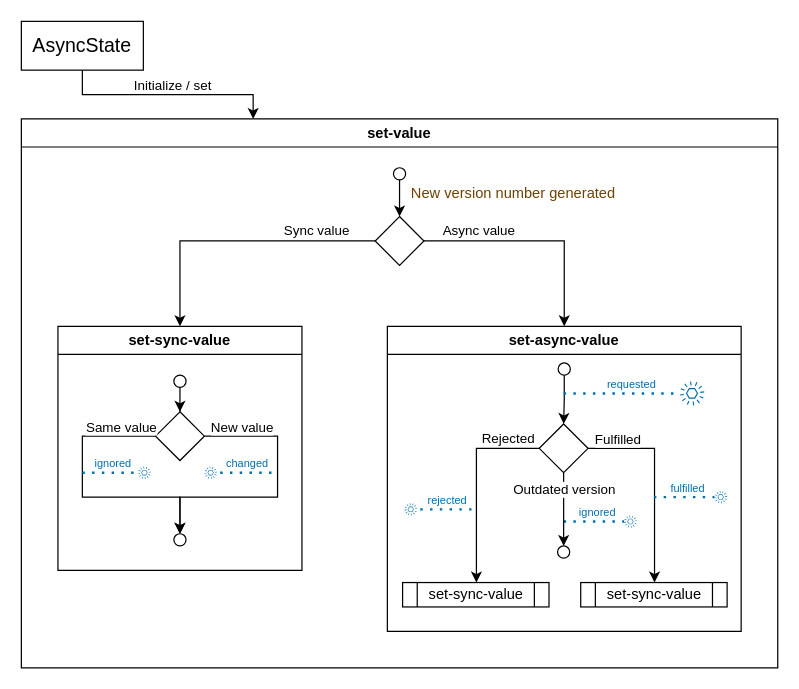
Before: diagrams/AsyncState.drawio in yuriyyakym/awai, a draw.io diagram. Source tidied: cells renumbered, new cells numbered last; positions are measured from the earlier drawing's top-left corner, leaving out a move shared by most shapes. Both pictures are drawn from the tidied source at 122%, with x=0, y=0 at pixel (21, 21).
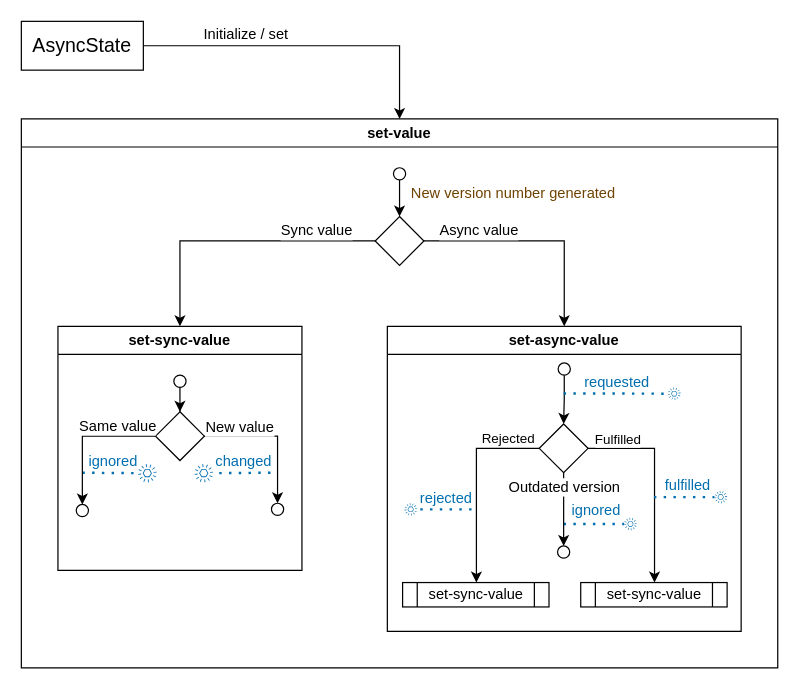
Above is the later version.

Commit message (it also covers changes not shown here):
Update AsyncState diagram

Unchanged cells that the change refers to:
```xml
<mxCell id="4" value="AsyncState" style="rounded=0;whiteSpace=wrap;html=1;fontSize=16;" parent="1" vertex="1">
  <mxGeometry width="100" height="40" as="geometry" />
</mxCell>
<mxCell id="5" value="set-value" style="swimlane;whiteSpace=wrap;html=1;" parent="1" vertex="1">
  <mxGeometry y="80" width="620" height="450" as="geometry" />
</mxCell>
<mxCell id="8" value="set-sync-value" style="swimlane;whiteSpace=wrap;html=1;" parent="5" vertex="1">
  <mxGeometry x="30" y="170" width="200" height="200" as="geometry" />
</mxCell>
<mxCell id="14" style="rhombus;whiteSpace=wrap;html=1;" parent="8" vertex="1">
  <mxGeometry x="80" y="70" width="40" height="40" as="geometry" />
</mxCell>
<mxCell id="17" style="group;flipH=1;" parent="8" vertex="1">
  <mxGeometry x="20" y="110" width="70" height="20" as="geometry" />
</mxCell>
<mxCell id="18" style="endArrow=none;dashed=1;html=1;dashPattern=1 3;strokeWidth=2;rounded=0;fillColor=#1ba1e2;strokeColor=#006EAF;" parent="17" edge="1" target="20">
  <mxGeometry relative="1" as="geometry">
    <mxPoint y="10" as="sourcePoint" />
  </mxGeometry>
</mxCell>
<mxCell id="21" style="edgeStyle=orthogonalEdgeStyle;rounded=0;jettySize=auto;html=1;" parent="5" edge="1" source="25" target="8">
  <mxGeometry relative="1" as="geometry" />
</mxCell>
<mxCell id="23" style="edgeStyle=orthogonalEdgeStyle;rounded=0;jettySize=auto;html=1;exitX=1;exitY=0.5;exitDx=0;exitDy=0;" parent="5" edge="1" source="25" target="26">
  <mxGeometry relative="1" as="geometry" />
</mxCell>
<mxCell id="26" value="set-async-value" style="swimlane;whiteSpace=wrap;html=1;" parent="5" vertex="1">
  <mxGeometry x="300" y="170" width="290" height="250" as="geometry" />
</mxCell>
<mxCell id="34" style="group;" parent="26" vertex="1">
  <mxGeometry x="144.5" y="45" width="115.3" height="20" as="geometry" />
</mxCell>
<mxCell id="39" style="endArrow=none;dashed=1;html=1;dashPattern=1 3;strokeWidth=2;rounded=0;fillColor=#1ba1e2;strokeColor=#006EAF;" parent="38" edge="1" target="41">
  <mxGeometry relative="1" as="geometry">
    <mxPoint y="10" as="sourcePoint" />
  </mxGeometry>
</mxCell>
<mxCell id="42" style="edgeStyle=orthogonalEdgeStyle;rounded=0;jettySize=auto;html=1;entryX=0.5;entryY=0;entryDx=0;entryDy=0;" parent="26" edge="1" source="33" target="44">
  <mxGeometry relative="1" as="geometry" />
</mxCell>
<mxCell id="46" style="endArrow=none;dashed=1;html=1;dashPattern=1 3;strokeWidth=2;rounded=0;fillColor=#1ba1e2;strokeColor=#006EAF;" parent="45" edge="1" target="48">
  <mxGeometry relative="1" as="geometry">
    <mxPoint y="10" as="sourcePoint" />
  </mxGeometry>
</mxCell>
<mxCell id="52" style="endArrow=none;dashed=1;html=1;dashPattern=1 3;strokeWidth=2;rounded=0;fillColor=#1ba1e2;strokeColor=#006EAF;" parent="51" edge="1" target="54">
  <mxGeometry relative="1" as="geometry">
    <mxPoint x="55" y="10" as="sourcePoint" />
  </mxGeometry>
</mxCell>
```

Change to the diagram source:
```diff
@@
-    <mxCell id="2" style="edgeStyle=orthogonalEdgeStyle;rounded=0;jettySize=auto;html=1;" parent="1" edge="1" source="4" target="5">
+    <mxCell id="2" style="edgeStyle=orthogonalEdgeStyle;rounded=0;jettySize=auto;html=1;entryX=0.5;entryY=0;entryDx=0;entryDy=0;" parent="1" edge="1" source="4" target="5">
       <mxGeometry relative="1" as="geometry">
         <Array as="points">
-          <mxPoint x="50" y="60" />
-          <mxPoint x="190" y="60" />
+          <mxPoint x="310" y="20" />
         </Array>
       </mxGeometry>
     </mxCell>
-    <mxCell id="3" value="Initialize / set" style="edgeLabel;html=1;align=center;verticalAlign=middle;" parent="2" vertex="1">
+    <mxCell id="3" value="Initialize / set" style="edgeLabel;html=1;align=center;verticalAlign=middle;fontSize=12;" parent="2" vertex="1">
       <mxGeometry x="-0.33" y="3" relative="1" as="geometry">
-        <mxPoint x="33" y="-5" as="offset" />
+        <mxPoint x="-7" y="-7" as="offset" />
       </mxGeometry>
     </mxCell>
@@
     <mxCell id="11" style="ellipse;whiteSpace=wrap;html=1;" parent="8" vertex="1">
-      <mxGeometry x="95" y="170" width="10" height="10" as="geometry" />
+      <mxGeometry x="175" y="145" width="10" height="10" as="geometry" />
     </mxCell>
-    <mxCell id="12" style="edgeStyle=orthogonalEdgeStyle;rounded=0;jettySize=auto;html=1;" parent="8" edge="1" source="14">
+    <mxCell id="12" style="edgeStyle=orthogonalEdgeStyle;rounded=0;jettySize=auto;html=1;" parent="8" edge="1" source="14" target="11">
       <mxGeometry relative="1" as="geometry">
-        <mxPoint x="100" y="170" as="targetPoint" />
         <Array as="points">
           <mxPoint x="180" y="90" />
-          <mxPoint x="180" y="140" />
-          <mxPoint x="100" y="140" />
         </Array>
       </mxGeometry>
     </mxCell>
-    <mxCell id="13" value="New value" style="edgeLabel;html=1;align=center;verticalAlign=middle;" parent="12" vertex="1">
+    <mxCell id="13" value="New value" style="edgeLabel;html=1;align=center;verticalAlign=middle;fontSize=12;" parent="12" vertex="1">
       <mxGeometry x="-0.81" y="1" relative="1" as="geometry">
-        <mxPoint x="9" y="-7" as="offset" />
+        <mxPoint x="17" y="-7" as="offset" />
       </mxGeometry>
     </mxCell>
@@
-    <mxCell id="15" style="edgeStyle=orthogonalEdgeStyle;rounded=0;jettySize=auto;html=1;exitX=0;exitY=0.5;exitDx=0;exitDy=0;" parent="8" edge="1" source="14">
-      <mxGeometry relative="1" as="geometry">
-        <mxPoint x="100" y="170" as="targetPoint" />
-        <Array as="points">
-          <mxPoint x="20" y="90" />
-          <mxPoint x="20" y="140" />
-          <mxPoint x="100" y="140" />
-        </Array>
-      </mxGeometry>
-    </mxCell>
-    <mxCell id="16" value="Same value" style="edgeLabel;html=1;align=center;verticalAlign=middle;" parent="15" vertex="1">
-      <mxGeometry x="-0.73" y="-1" relative="1" as="geometry">
-        <mxPoint x="1" y="-7" as="offset" />
-      </mxGeometry>
-    </mxCell>
@@
-    <mxCell id="19" value="ignored" style="edgeLabel;html=1;align=center;verticalAlign=middle;fontSize=9;fontColor=#006EAF;" parent="18" vertex="1">
+    <mxCell id="19" value="ignored" style="edgeLabel;html=1;align=center;verticalAlign=middle;fontSize=12;fontColor=#006EAF;" parent="18" vertex="1">
       <mxGeometry x="0.21" relative="1" as="geometry">
-        <mxPoint x="-4" y="-8" as="offset" />
+        <mxPoint x="-3" y="-10" as="offset" />
       </mxGeometry>
     </mxCell>
     <mxCell id="20" style="sketch=0;outlineConnect=0;fontColor=#ffffff;fillColor=#006EAF;strokeColor=#006EAF;dashed=0;verticalLabelPosition=bottom;verticalAlign=top;align=center;html=1;fontSize=12;fontStyle=0;shape=mxgraph.aws4.event;" parent="17" vertex="1">
-      <mxGeometry x="45.7" y="4.8" width="10.4" height="10.4" as="geometry" />
+      <mxGeometry x="45.7" y="2.8" width="15.2" height="15.2" as="geometry" />
     </mxCell>
+    <mxCell id="60" style="ellipse;whiteSpace=wrap;html=1;" parent="8" vertex="1">
+      <mxGeometry x="15" y="146" width="10" height="10" as="geometry" />
+    </mxCell>
+    <mxCell id="15" style="edgeStyle=orthogonalEdgeStyle;rounded=0;jettySize=auto;html=1;exitX=0;exitY=0.5;exitDx=0;exitDy=0;" parent="8" edge="1" source="14" target="60">
+      <mxGeometry relative="1" as="geometry">
+        <Array as="points">
+          <mxPoint x="20" y="90" />
+        </Array>
+      </mxGeometry>
+    </mxCell>
+    <mxCell id="16" value="Same value" style="edgeLabel;html=1;align=center;verticalAlign=middle;fontSize=12;" parent="15" vertex="1">
+      <mxGeometry x="-0.73" y="-1" relative="1" as="geometry">
+        <mxPoint x="-16" y="-8" as="offset" />
+      </mxGeometry>
+    </mxCell>
@@
-    <mxCell id="22" value="Sync value" style="edgeLabel;html=1;align=center;verticalAlign=middle;" parent="21" vertex="1">
+    <mxCell id="22" value="Sync value" style="edgeLabel;html=1;align=center;verticalAlign=middle;fontSize=12;" parent="21" vertex="1">
       <mxGeometry x="-0.41" y="1" relative="1" as="geometry">
         <mxPoint x="19" y="-10" as="offset" />
       </mxGeometry>
     </mxCell>
@@
-    <mxCell id="24" value="Async value" style="edgeLabel;html=1;align=center;verticalAlign=middle;" parent="23" vertex="1">
+    <mxCell id="24" value="Async value" style="edgeLabel;html=1;align=center;verticalAlign=middle;fontSize=12;" parent="23" vertex="1">
       <mxGeometry x="-0.17" y="2" relative="1" as="geometry">
         <mxPoint x="-33" y="-7" as="offset" />
       </mxGeometry>
     </mxCell>
@@
-    <mxCell id="35" style="endArrow=none;dashed=1;html=1;dashPattern=1 3;strokeWidth=2;rounded=0;fillColor=#1ba1e2;strokeColor=#006EAF;" parent="34" edge="1" target="37">
+    <mxCell id="35" style="endArrow=none;dashed=1;html=1;dashPattern=1 3;strokeWidth=2;rounded=0;fillColor=#1ba1e2;strokeColor=#006EAF;" parent="34" edge="1" target="61">
       <mxGeometry relative="1" as="geometry">
         <mxPoint y="10" as="sourcePoint" />
       </mxGeometry>
     </mxCell>
-    <mxCell id="36" value="requested" style="edgeLabel;html=1;align=center;verticalAlign=middle;fontSize=9;fontColor=#006EAF;" parent="35" vertex="1">
+    <mxCell id="36" value="requested" style="edgeLabel;html=1;align=center;verticalAlign=middle;fontSize=12;fontColor=#006EAF;" parent="35" vertex="1">
       <mxGeometry x="0.21" relative="1" as="geometry">
-        <mxPoint x="-3" y="-8" as="offset" />
+        <mxPoint x="-9" y="-10" as="offset" />
       </mxGeometry>
     </mxCell>
-    <mxCell id="37" style="sketch=0;outlineConnect=0;fontColor=#ffffff;fillColor=#006EAF;strokeColor=#006EAF;dashed=0;verticalLabelPosition=bottom;verticalAlign=top;align=center;html=1;fontSize=12;fontStyle=0;shape=mxgraph.aws4.event;" parent="34" vertex="1">
-      <mxGeometry x="95.3" width="20" height="20" as="geometry" />
-    </mxCell>
+    <mxCell id="61" style="sketch=0;outlineConnect=0;fontColor=#ffffff;fillColor=#006EAF;strokeColor=#006EAF;dashed=0;verticalLabelPosition=bottom;verticalAlign=top;align=center;html=1;fontSize=12;fontStyle=0;shape=mxgraph.aws4.event;" parent="34" vertex="1">
+      <mxGeometry x="85.5" y="5" width="10.4" height="10.4" as="geometry" />
+    </mxCell>
     <mxCell id="38" style="group;" parent="26" vertex="1">
-      <mxGeometry x="144.5" y="150" width="60" height="20" as="geometry" />
+      <mxGeometry x="144.5" y="152" width="60" height="20" as="geometry" />
     </mxCell>
@@
-    <mxCell id="40" value="ignored" style="edgeLabel;html=1;align=center;verticalAlign=middle;fontSize=9;fontColor=#006EAF;" parent="39" vertex="1">
+    <mxCell id="40" value="&lt;font style=&quot;font-size: 12px;&quot;&gt;ignored&lt;/font&gt;" style="edgeLabel;html=1;align=center;verticalAlign=middle;fontSize=12;fontColor=#006EAF;" parent="39" vertex="1">
       <mxGeometry x="0.21" relative="1" as="geometry">
-        <mxPoint x="-3" y="-8" as="offset" />
+        <mxPoint x="-4" y="-12" as="offset" />
       </mxGeometry>
     </mxCell>
@@
-    <mxCell id="43" value="Outdated version" style="edgeLabel;html=1;align=center;verticalAlign=middle;rotation=0;" parent="42" vertex="1">
+    <mxCell id="43" value="Outdated version" style="edgeLabel;html=1;align=center;verticalAlign=middle;rotation=0;fontSize=12;" parent="42" vertex="1">
       <mxGeometry x="-0.6" y="-1" relative="1" as="geometry">
-        <mxPoint x="1" y="1" as="offset" />
+        <mxPoint x="1" y="-1" as="offset" />
       </mxGeometry>
     </mxCell>
@@
-    <mxCell id="47" value="fulfilled" style="edgeLabel;html=1;align=center;verticalAlign=middle;fontSize=9;fontColor=#006EAF;" parent="46" vertex="1">
+    <mxCell id="47" value="fulfilled" style="edgeLabel;html=1;align=center;verticalAlign=middle;fontSize=12;fontColor=#006EAF;" parent="46" vertex="1">
       <mxGeometry x="0.21" relative="1" as="geometry">
-        <mxPoint x="-3" y="-8" as="offset" />
+        <mxPoint x="-3" y="-10" as="offset" />
       </mxGeometry>
     </mxCell>
@@
-    <mxCell id="53" value="rejected" style="edgeLabel;html=1;align=center;verticalAlign=middle;fontSize=9;fontColor=#006EAF;" parent="52" vertex="1">
+    <mxCell id="53" value="rejected" style="edgeLabel;html=1;align=center;verticalAlign=middle;fontSize=12;fontColor=#006EAF;" parent="52" vertex="1">
       <mxGeometry x="0.21" relative="1" as="geometry">
-        <mxPoint x="6" y="-8" as="offset" />
+        <mxPoint x="5" y="-10" as="offset" />
       </mxGeometry>
     </mxCell>
@@
     <mxCell id="56" style="group;flipH=1;" parent="1" vertex="1">
-      <mxGeometry x="150" y="360" width="60" height="20" as="geometry" />
+      <mxGeometry x="140" y="360" width="70" height="25.2" as="geometry" />
     </mxCell>
     <mxCell id="57" style="endArrow=none;dashed=1;html=1;dashPattern=1 3;strokeWidth=2;rounded=0;fillColor=#1ba1e2;strokeColor=#006EAF;" parent="56" edge="1" target="59">
       <mxGeometry relative="1" as="geometry">
-        <mxPoint x="55" y="10" as="sourcePoint" />
+        <mxPoint x="64.2" y="10" as="sourcePoint" />
       </mxGeometry>
     </mxCell>
-    <mxCell id="58" value="changed" style="edgeLabel;html=1;align=center;verticalAlign=middle;fontSize=9;fontColor=#006EAF;" parent="57" vertex="1">
+    <mxCell id="58" value="changed" style="edgeLabel;html=1;align=center;verticalAlign=middle;fontSize=12;fontColor=#006EAF;" parent="57" vertex="1">
       <mxGeometry x="0.21" relative="1" as="geometry">
-        <mxPoint x="6" y="-8" as="offset" />
+        <mxPoint x="5" y="-10" as="offset" />
       </mxGeometry>
     </mxCell>
     <mxCell id="59" style="sketch=0;outlineConnect=0;fontColor=#ffffff;fillColor=#006EAF;strokeColor=#006EAF;dashed=0;verticalLabelPosition=bottom;verticalAlign=top;align=center;html=1;fontSize=12;fontStyle=0;shape=mxgraph.aws4.event;" parent="56" vertex="1">
-      <mxGeometry y="4.8" width="10.4" height="10.4" as="geometry" />
+      <mxGeometry x="2" y="2.8" width="15.2" height="15.2" as="geometry" />
     </mxCell>
```
